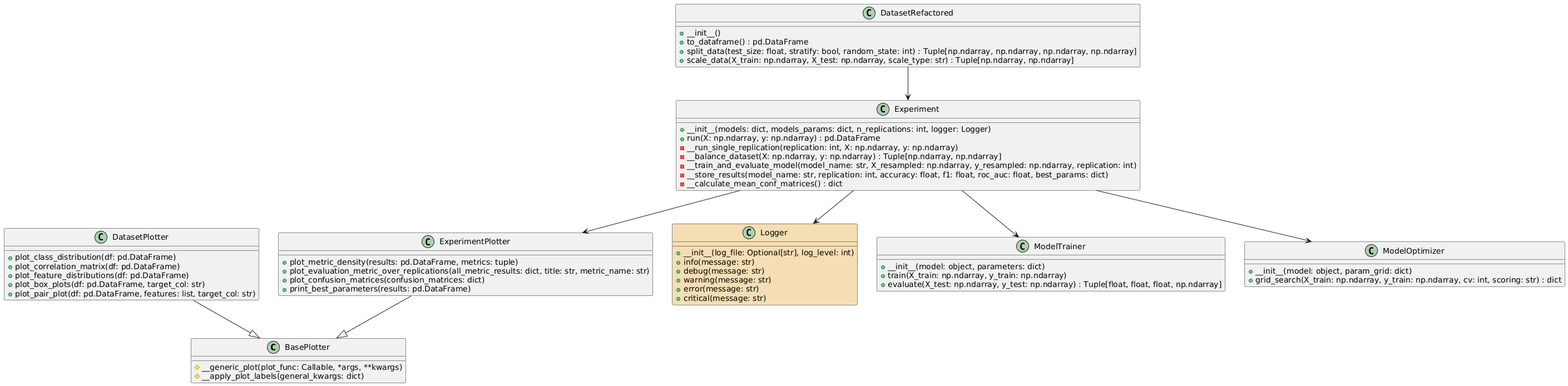
Above: cv6/data/app_class_diagram.png in tomaschs/SSBU_25 (PlantUML), before the change.
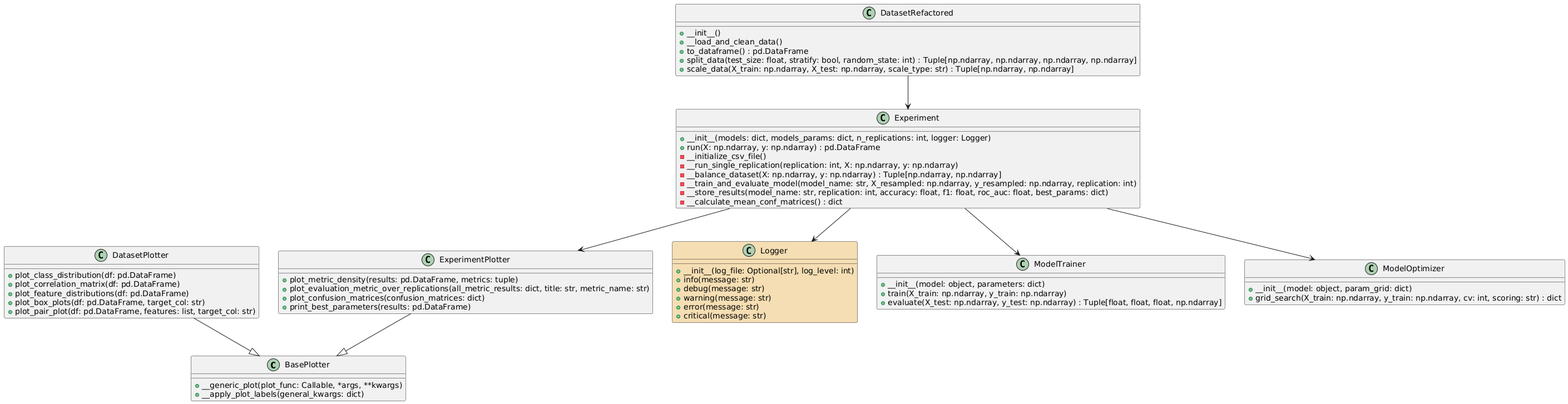
After the change.

The edit, as a diff of the source:
```diff
@@ -1,7 +1,7 @@
 @startuml
 class BasePlotter {
-    #__generic_plot(plot_func: Callable, *args, **kwargs)
-    #__apply_plot_labels(general_kwargs: dict)
+    +__generic_plot(plot_func: Callable, *args, **kwargs)
+    +__apply_plot_labels(general_kwargs: dict)
 }
 
 class DatasetPlotter {
@@ -30,6 +30,7 @@
 
 class DatasetRefactored {
     +__init__()
+    +__load_and_clean_data()
     +to_dataframe() : pd.DataFrame
     +split_data(test_size: float, stratify: bool, random_state: int) : Tuple[np.ndarray, np.ndarray, np.ndarray, np.ndarray]
     +scale_data(X_train: np.ndarray, X_test: np.ndarray, scale_type: str) : Tuple[np.ndarray, np.ndarray]
@@ -49,6 +50,7 @@
 class Experiment {
     +__init__(models: dict, models_params: dict, n_replications: int, logger: Logger)
     +run(X: np.ndarray, y: np.ndarray) : pd.DataFrame
+    -__initialize_csv_file()
     -__run_single_replication(replication: int, X: np.ndarray, y: np.ndarray)
     -__balance_dataset(X: np.ndarray, y: np.ndarray) : Tuple[np.ndarray, np.ndarray]
     -__train_and_evaluate_model(model_name: str, X_resampled: np.ndarray, y_resampled: np.ndarray, replication: int)
```
